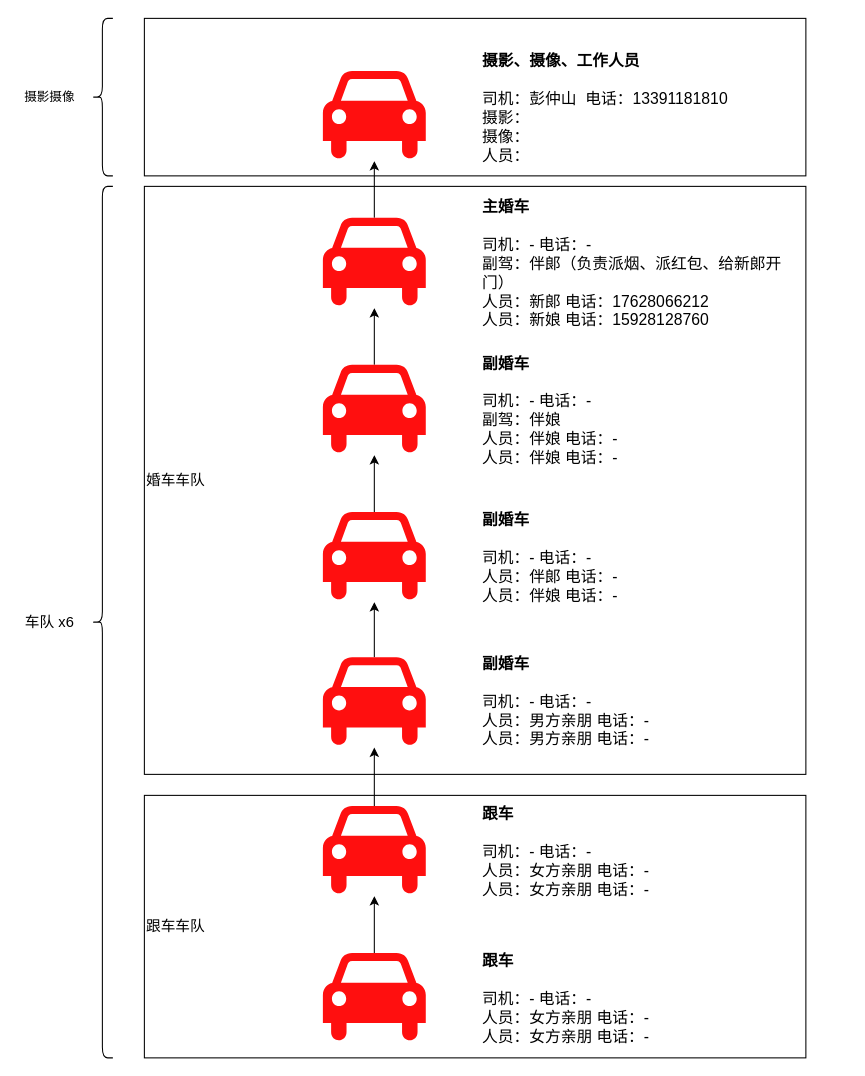
rexlin600/diagrams keeps this draw.io diagram as 结婚车队顺序.drawio. Above is the earlier version. Source tidied: cells renumbered, new cells numbered last; positions are measured from the earlier drawing's top-left corner, leaving out a move shared by most shapes. Both pictures are drawn from the tidied source at 105%, with x=0, y=0 at pixel (18, 18).
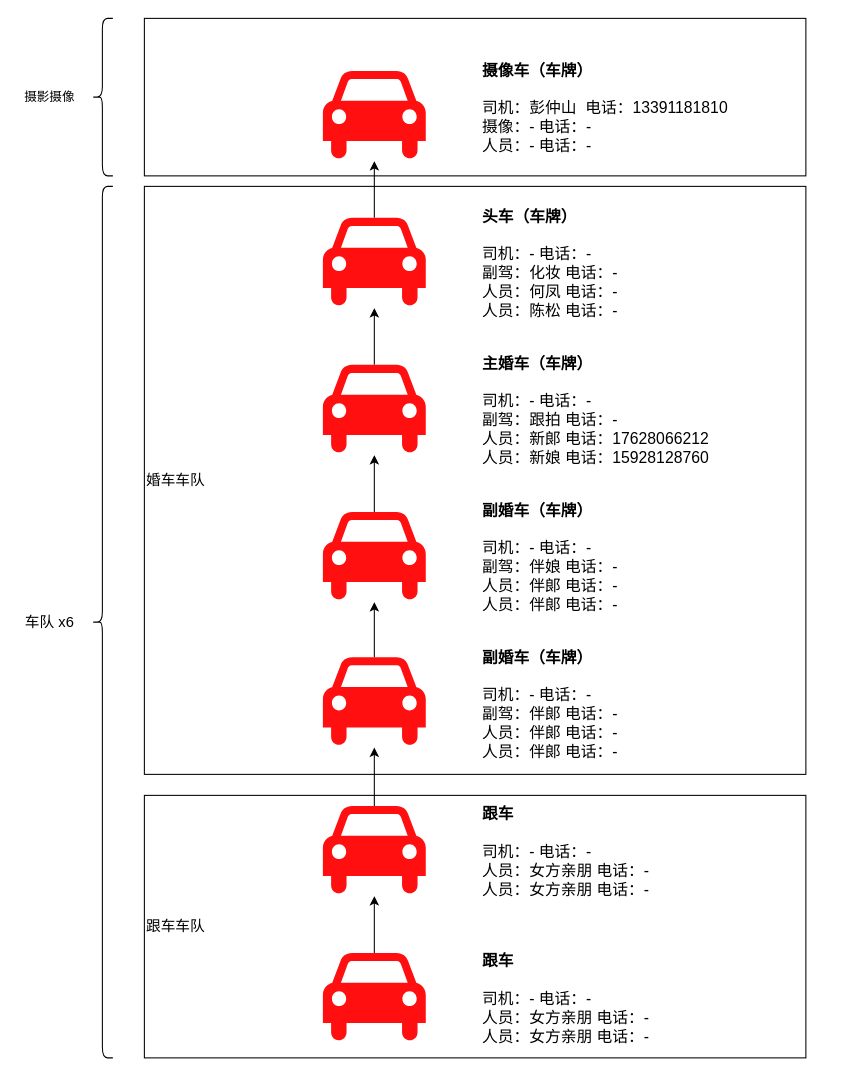
Above is the later version.

Commit message:
更新结婚车队顺序.drawio

Change to the diagram source:
```diff
@@
-    <mxCell id="18" value="&lt;b style=&quot;font-size: 15px&quot;&gt;&lt;font style=&quot;font-size: 15px&quot;&gt;摄影、摄像、工作人员&lt;br style=&quot;font-size: 15px&quot;&gt;&lt;/font&gt;&lt;/b&gt;&lt;br style=&quot;font-size: 15px&quot;&gt;司机：彭仲山&amp;nbsp; 电话：13391181810&lt;br style=&quot;font-size: 15px&quot;&gt;摄影：&lt;br style=&quot;font-size: 15px&quot;&gt;摄像：&lt;br style=&quot;font-size: 15px&quot;&gt;人员：" style="text;html=1;strokeColor=none;fillColor=none;align=left;verticalAlign=middle;whiteSpace=wrap;rounded=0;fontSize=15;" parent="1" vertex="1">
-      <mxGeometry x="440" y="40" width="350" height="90" as="geometry" />
+    <mxCell id="18" value="&lt;b style=&quot;font-size: 15px&quot;&gt;&lt;font style=&quot;font-size: 15px&quot;&gt;摄像车（车牌）&lt;br style=&quot;font-size: 15px&quot;&gt;&lt;/font&gt;&lt;/b&gt;&lt;br style=&quot;font-size: 15px&quot;&gt;司机：彭仲山&amp;nbsp; 电话：13391181810&lt;br style=&quot;font-size: 15px&quot;&gt;摄像：- 电话：-&lt;br&gt;人员：- 电话：-" style="text;html=1;strokeColor=none;fillColor=none;align=left;verticalAlign=middle;whiteSpace=wrap;rounded=0;fontSize=15;" parent="1" vertex="1">
+      <mxGeometry x="440" y="30" width="350" height="110" as="geometry" />
     </mxCell>
-    <mxCell id="19" value="&lt;b style=&quot;font-size: 15px&quot;&gt;&lt;font style=&quot;font-size: 15px&quot;&gt;主婚车&lt;br style=&quot;font-size: 15px&quot;&gt;&lt;/font&gt;&lt;/b&gt;&lt;br style=&quot;font-size: 15px&quot;&gt;司机：- 电话：-&lt;br&gt;副驾：伴郎（负责派烟、派红包、给新郎开门）&lt;br style=&quot;font-size: 15px&quot;&gt;人员：新郎 电话：17628066212&lt;br style=&quot;font-size: 15px&quot;&gt;人员：新娘 电话：15928128760" style="text;html=1;strokeColor=none;fillColor=none;align=left;verticalAlign=middle;whiteSpace=wrap;rounded=0;fontSize=15;" parent="1" vertex="1">
+    <mxCell id="19" value="&lt;b style=&quot;font-size: 15px&quot;&gt;&lt;font style=&quot;font-size: 15px&quot;&gt;头车（车牌）&lt;br style=&quot;font-size: 15px&quot;&gt;&lt;/font&gt;&lt;/b&gt;&lt;br style=&quot;font-size: 15px&quot;&gt;司机：- 电话：-&lt;br&gt;副驾：化妆 电话：-&lt;br style=&quot;font-size: 15px&quot;&gt;人员：何凤 电话：-&lt;br style=&quot;font-size: 15px&quot;&gt;人员：陈松 电话：-" style="text;html=1;strokeColor=none;fillColor=none;align=left;verticalAlign=middle;whiteSpace=wrap;rounded=0;fontSize=15;" parent="1" vertex="1">
       <mxGeometry x="440" y="188" width="310" height="90" as="geometry" />
     </mxCell>
-    <mxCell id="20" value="&lt;b style=&quot;font-size: 15px&quot;&gt;&lt;font style=&quot;font-size: 15px&quot;&gt;副婚车&lt;br style=&quot;font-size: 15px&quot;&gt;&lt;/font&gt;&lt;/b&gt;&lt;br style=&quot;font-size: 15px&quot;&gt;司机：- 电话：-&lt;br&gt;副驾：伴娘&lt;br style=&quot;font-size: 15px&quot;&gt;人员：伴娘 电话：-&lt;br style=&quot;font-size: 15px&quot;&gt;人员：伴娘 电话：-" style="text;html=1;strokeColor=none;fillColor=none;align=left;verticalAlign=middle;whiteSpace=wrap;rounded=0;fontSize=15;" parent="1" vertex="1">
+    <mxCell id="20" value="&lt;b style=&quot;font-size: 15px&quot;&gt;&lt;font style=&quot;font-size: 15px&quot;&gt;主婚车（车牌）&lt;br style=&quot;font-size: 15px&quot;&gt;&lt;/font&gt;&lt;/b&gt;&lt;br style=&quot;font-size: 15px&quot;&gt;司机：- 电话：-&lt;br&gt;副驾：跟拍 电话：-&lt;br style=&quot;font-size: 15px&quot;&gt;人员：新郎 电话：17628066212&lt;br&gt;人员：新娘 电话：15928128760" style="text;html=1;strokeColor=none;fillColor=none;align=left;verticalAlign=middle;whiteSpace=wrap;rounded=0;fontSize=15;" parent="1" vertex="1">
       <mxGeometry x="440" y="328" width="310" height="90" as="geometry" />
     </mxCell>
-    <mxCell id="21" value="&lt;b style=&quot;font-size: 15px&quot;&gt;&lt;font style=&quot;font-size: 15px&quot;&gt;副婚车&lt;br style=&quot;font-size: 15px&quot;&gt;&lt;/font&gt;&lt;/b&gt;&lt;br style=&quot;font-size: 15px&quot;&gt;司机：- 电话：-&lt;br style=&quot;font-size: 15px&quot;&gt;人员：伴郎 电话：-&lt;br style=&quot;font-size: 15px&quot;&gt;人员：伴娘 电话：-" style="text;html=1;strokeColor=none;fillColor=none;align=left;verticalAlign=middle;whiteSpace=wrap;rounded=0;fontSize=15;" parent="1" vertex="1">
+    <mxCell id="21" value="&lt;b style=&quot;font-size: 15px&quot;&gt;&lt;font style=&quot;font-size: 15px&quot;&gt;副婚车（车牌）&lt;br style=&quot;font-size: 15px&quot;&gt;&lt;/font&gt;&lt;/b&gt;&lt;br style=&quot;font-size: 15px&quot;&gt;司机：- 电话：-&lt;br&gt;副驾：伴娘 电话：-&lt;br style=&quot;font-size: 15px&quot;&gt;人员：伴郎 电话：-&lt;br style=&quot;font-size: 15px&quot;&gt;人员：伴郎 电话：-" style="text;html=1;strokeColor=none;fillColor=none;align=left;verticalAlign=middle;whiteSpace=wrap;rounded=0;fontSize=15;" parent="1" vertex="1">
       <mxGeometry x="440" y="468" width="310" height="90" as="geometry" />
     </mxCell>
-    <mxCell id="22" value="&lt;b style=&quot;font-size: 15px&quot;&gt;&lt;font style=&quot;font-size: 15px&quot;&gt;副婚车&lt;br style=&quot;font-size: 15px&quot;&gt;&lt;/font&gt;&lt;/b&gt;&lt;br style=&quot;font-size: 15px&quot;&gt;司机：- 电话：-&lt;br style=&quot;font-size: 15px&quot;&gt;人员：男方亲朋 电话：-&lt;br style=&quot;font-size: 15px&quot;&gt;人员：男方亲朋 电话：-" style="text;html=1;strokeColor=none;fillColor=none;align=left;verticalAlign=middle;whiteSpace=wrap;rounded=0;fontSize=15;" parent="1" vertex="1">
-      <mxGeometry x="440" y="605" width="310" height="90" as="geometry" />
+    <mxCell id="22" value="&lt;b style=&quot;font-size: 15px&quot;&gt;&lt;font style=&quot;font-size: 15px&quot;&gt;副婚车（车牌）&lt;br style=&quot;font-size: 15px&quot;&gt;&lt;/font&gt;&lt;/b&gt;&lt;br style=&quot;font-size: 15px&quot;&gt;司机：- 电话：-&lt;br&gt;副驾：伴郎 电话：-&lt;br style=&quot;font-size: 15px&quot;&gt;人员：伴郎 电话：-&lt;br style=&quot;font-size: 15px&quot;&gt;人员：伴郎 电话：-" style="text;html=1;strokeColor=none;fillColor=none;align=left;verticalAlign=middle;whiteSpace=wrap;rounded=0;fontSize=15;" parent="1" vertex="1">
+      <mxGeometry x="440" y="605" width="310" height="95" as="geometry" />
     </mxCell>
```
